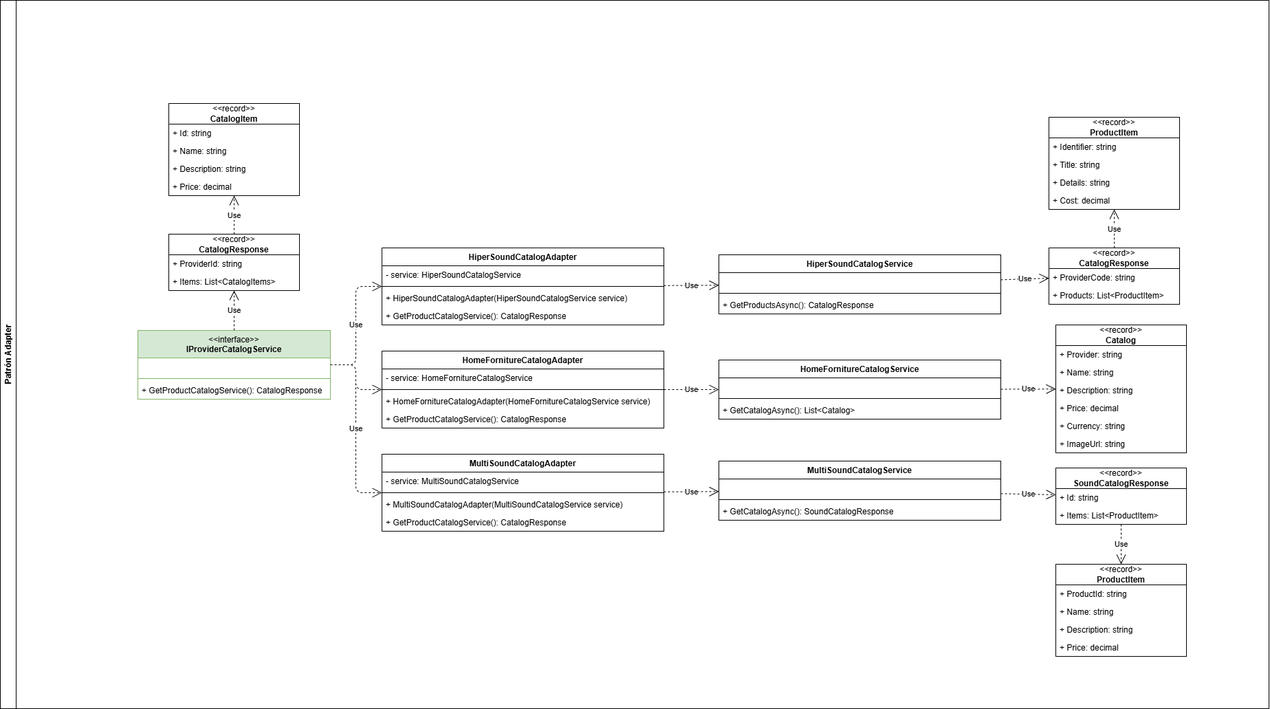
Before: docs/diagrams/diag_adapters.drawio.png, a diagram exported from draw.io (devgalop/esp-patdes-artist-back). Source tidied: cells renumbered, new cells last; positions are measured from the earlier drawing's top-left corner, leaving out a move shared by most shapes.
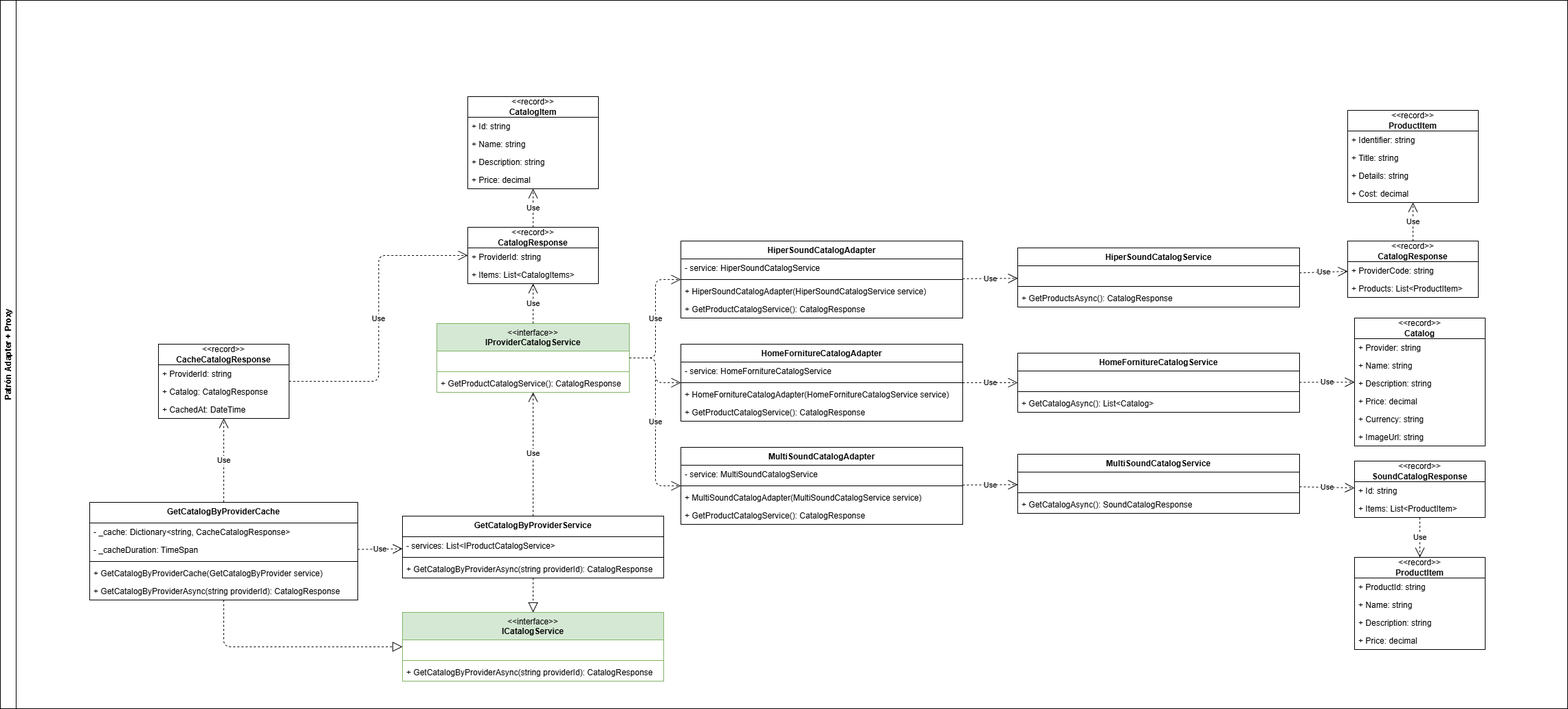
After the commit.

Commit message:
feat: Agrega patrón proxy para optimizar rendimiento

Diff of the diagram source:
```diff
@@ -227,8 +227,84 @@
     <mxCell id="76" value="Use" style="endArrow=open;endSize=12;dashed=1;html=1;" parent="1" edge="1" source="62" target="66">
       <mxGeometry relative="1" as="geometry" />
     </mxCell>
-    <mxCell id="77" value="Patrón Adapter" style="swimlane;horizontal=0;whiteSpace=wrap;html=1;" parent="1" vertex="1">
-      <mxGeometry width="1845" height="1030" as="geometry" />
+    <mxCell id="77" value="Patrón Adapter + Proxy" style="swimlane;horizontal=0;whiteSpace=wrap;html=1;" parent="1" vertex="1">
+      <mxGeometry x="-435" y="10" width="2280" height="1030" as="geometry" />
     </mxCell>
+    <mxCell id="78" value="&lt;span style=&quot;font-weight: normal;&quot;&gt;&amp;lt;&amp;lt;interface&amp;gt;&amp;gt;&lt;/span&gt;&lt;br&gt;ICatalogService" style="swimlane;fontStyle=1;align=center;verticalAlign=top;horizontal=1;startSize=40;whiteSpace=wrap;html=1;fillColor=#d5e8d4;strokeColor=#82b366;" parent="77" vertex="1">
+      <mxGeometry x="585" y="890" width="380" height="100" as="geometry" />
+    </mxCell>
+    <mxCell id="79" value="&amp;nbsp;" style="text;strokeColor=none;fillColor=none;align=left;verticalAlign=top;spacingLeft=4;spacingRight=4;overflow=hidden;whiteSpace=wrap;html=1;" parent="78" vertex="1">
+      <mxGeometry y="40" width="380" height="26" as="geometry" />
+    </mxCell>
+    <mxCell id="80" style="line;strokeWidth=1;fillColor=none;align=left;verticalAlign=middle;spacingTop=-1;spacingLeft=3;spacingRight=3;labelPosition=right;strokeColor=inherit;" parent="78" vertex="1">
+      <mxGeometry y="66" width="380" height="8" as="geometry" />
+    </mxCell>
+    <mxCell id="81" value="+ GetCatalogByProviderAsync(string providerId): CatalogResponse" style="text;strokeColor=none;fillColor=none;align=left;verticalAlign=top;spacingLeft=4;spacingRight=4;overflow=hidden;whiteSpace=wrap;html=1;" parent="78" vertex="1">
+      <mxGeometry y="74" width="380" height="26" as="geometry" />
+    </mxCell>
+    <mxCell id="82" value="GetCatalogByProviderService" style="swimlane;fontStyle=1;align=center;verticalAlign=top;horizontal=1;startSize=30;whiteSpace=wrap;html=1;" parent="77" vertex="1">
+      <mxGeometry x="585" y="750" width="380" height="90" as="geometry" />
+    </mxCell>
+    <mxCell id="83" value="- services: List&amp;lt;IProductCatalogService&amp;gt;" style="text;strokeColor=none;fillColor=none;align=left;verticalAlign=top;spacingLeft=4;spacingRight=4;overflow=hidden;whiteSpace=wrap;html=1;" parent="82" vertex="1">
+      <mxGeometry y="30" width="380" height="26" as="geometry" />
+    </mxCell>
+    <mxCell id="84" style="line;strokeWidth=1;fillColor=none;align=left;verticalAlign=middle;spacingTop=-1;spacingLeft=3;spacingRight=3;labelPosition=right;strokeColor=inherit;" parent="82" vertex="1">
+      <mxGeometry y="56" width="380" height="8" as="geometry" />
+    </mxCell>
+    <mxCell id="85" value="+ GetCatalogByProviderAsync(string providerId): CatalogResponse" style="text;strokeColor=none;fillColor=none;align=left;verticalAlign=top;spacingLeft=4;spacingRight=4;overflow=hidden;whiteSpace=wrap;html=1;" parent="82" vertex="1">
+      <mxGeometry y="64" width="380" height="26" as="geometry" />
+    </mxCell>
+    <mxCell id="86" style="endArrow=block;dashed=1;endFill=0;endSize=12;html=1;" parent="77" edge="1" source="82" target="78">
+      <mxGeometry relative="1" as="geometry" />
+    </mxCell>
+    <mxCell id="87" value="GetCatalogByProviderCache" style="swimlane;fontStyle=1;align=center;verticalAlign=top;horizontal=1;startSize=30;whiteSpace=wrap;html=1;" parent="77" vertex="1">
+      <mxGeometry x="130" y="730" width="390" height="142" as="geometry" />
+    </mxCell>
+    <mxCell id="88" value="- _cache: Dictionary&amp;lt;string, CacheCatalogResponse&amp;gt;" style="text;strokeColor=none;fillColor=none;align=left;verticalAlign=top;spacingLeft=4;spacingRight=4;overflow=hidden;whiteSpace=wrap;html=1;" parent="87" vertex="1">
+      <mxGeometry y="30" width="390" height="26" as="geometry" />
+    </mxCell>
+    <mxCell id="89" value="- _cacheDuration: TimeSpan" style="text;strokeColor=none;fillColor=none;align=left;verticalAlign=top;spacingLeft=4;spacingRight=4;overflow=hidden;whiteSpace=wrap;html=1;" parent="87" vertex="1">
+      <mxGeometry y="56" width="390" height="26" as="geometry" />
+    </mxCell>
+    <mxCell id="90" style="line;strokeWidth=1;fillColor=none;align=left;verticalAlign=middle;spacingTop=-1;spacingLeft=3;spacingRight=3;labelPosition=right;strokeColor=inherit;" parent="87" vertex="1">
+      <mxGeometry y="82" width="390" height="8" as="geometry" />
+    </mxCell>
+    <mxCell id="91" value="+ GetCatalogByProviderCache(GetCatalogByProvider service)" style="text;strokeColor=none;fillColor=none;align=left;verticalAlign=top;spacingLeft=4;spacingRight=4;overflow=hidden;whiteSpace=wrap;html=1;" parent="87" vertex="1">
+      <mxGeometry y="90" width="390" height="26" as="geometry" />
+    </mxCell>
+    <mxCell id="92" value="+ GetCatalogByProviderAsync(string providerId): CatalogResponse" style="text;strokeColor=none;fillColor=none;align=left;verticalAlign=top;spacingLeft=4;spacingRight=4;overflow=hidden;whiteSpace=wrap;html=1;" parent="87" vertex="1">
+      <mxGeometry y="116" width="390" height="26" as="geometry" />
+    </mxCell>
+    <mxCell id="93" value="Use" style="endArrow=open;endSize=12;dashed=1;html=1;" parent="77" edge="1" source="87" target="82">
+      <mxGeometry relative="1" as="geometry" />
+    </mxCell>
+    <mxCell id="94" style="endArrow=block;dashed=1;endFill=0;endSize=12;html=1;edgeStyle=orthogonalEdgeStyle;" parent="77" edge="1" source="87" target="78">
+      <mxGeometry relative="1" as="geometry">
+        <Array as="points">
+          <mxPoint x="325" y="940" />
+        </Array>
+      </mxGeometry>
+    </mxCell>
+    <mxCell id="95" value="&amp;lt;&amp;lt;record&amp;gt;&amp;gt;&lt;br&gt;&lt;b&gt;CacheCatalogResponse&lt;/b&gt;" style="swimlane;fontStyle=0;horizontal=1;startSize=30;fillColor=none;whiteSpace=wrap;html=1;" parent="77" vertex="1">
+      <mxGeometry x="230" y="500" width="190" height="108" as="geometry" />
+    </mxCell>
+    <mxCell id="96" value="+ ProviderId: string" style="text;strokeColor=none;fillColor=none;align=left;verticalAlign=top;spacingLeft=4;spacingRight=4;overflow=hidden;whiteSpace=wrap;html=1;" parent="95" vertex="1">
+      <mxGeometry y="30" width="190" height="26" as="geometry" />
+    </mxCell>
+    <mxCell id="97" value="+ Catalog: CatalogResponse" style="text;strokeColor=none;fillColor=none;align=left;verticalAlign=top;spacingLeft=4;spacingRight=4;overflow=hidden;whiteSpace=wrap;html=1;" parent="95" vertex="1">
+      <mxGeometry y="56" width="190" height="26" as="geometry" />
+    </mxCell>
+    <mxCell id="98" value="+ CachedAt: DateTime" style="text;strokeColor=none;fillColor=none;align=left;verticalAlign=top;spacingLeft=4;spacingRight=4;overflow=hidden;whiteSpace=wrap;html=1;" parent="95" vertex="1">
+      <mxGeometry y="82" width="190" height="26" as="geometry" />
+    </mxCell>
+    <mxCell id="99" value="Use" style="endArrow=open;endSize=12;dashed=1;html=1;" parent="77" edge="1" source="87" target="95">
+      <mxGeometry relative="1" as="geometry" />
+    </mxCell>
+    <mxCell id="100" value="Use" style="endArrow=open;endSize=12;dashed=1;html=1;" parent="1" edge="1" source="82" target="2">
+      <mxGeometry relative="1" as="geometry" />
+    </mxCell>
+    <mxCell id="101" value="Use" style="endArrow=open;endSize=12;dashed=1;html=1;edgeStyle=elbowEdgeStyle;" parent="1" edge="1" source="95" target="6">
+      <mxGeometry relative="1" as="geometry" />
+    </mxCell>
   </root>
 </mxGraphModel>
```
